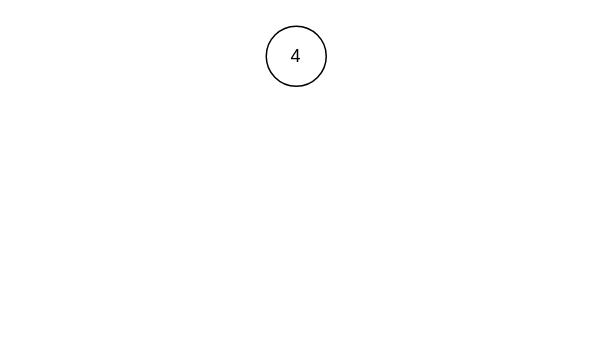
The draw.io diagram Untitled Diagram.drawio in yuanyehome/vis-homework1, before the edit. Source tidied: cells renumbered, new cells numbered last; positions are measured from the earlier drawing's top-left corner, leaving out a move shared by most shapes. Both pictures are drawn from the tidied source at 150%, with x=0, y=0 at pixel (266, 26).
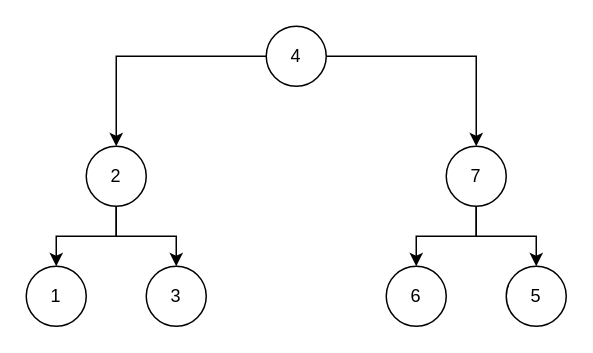
Above is the later version.

What changed in the source:
```diff
@@
 <mxGraphModel>
   <root>
     <mxCell id="0" />
     <mxCell id="1" parent="0" />
+    <mxCell id="3" style="edgeStyle=orthogonalEdgeStyle;rounded=0;jettySize=auto;html=1;entryX=0.5;entryY=0;entryDx=0;entryDy=0;" parent="1" edge="1" source="2" target="7">
+      <mxGeometry relative="1" as="geometry" />
+    </mxCell>
+    <mxCell id="4" style="edgeStyle=orthogonalEdgeStyle;rounded=0;jettySize=auto;html=1;entryX=0.5;entryY=0;entryDx=0;entryDy=0;" parent="1" edge="1" source="2" target="10">
+      <mxGeometry relative="1" as="geometry" />
+    </mxCell>
     <mxCell id="2" value="4" style="ellipse;whiteSpace=wrap;html=1;" parent="1" vertex="1">
       <mxGeometry width="40" height="40" as="geometry" />
     </mxCell>
+    <mxCell id="5" style="edgeStyle=orthogonalEdgeStyle;rounded=0;jettySize=auto;html=1;entryX=0.5;entryY=0;entryDx=0;entryDy=0;" parent="1" edge="1" source="7" target="11">
+      <mxGeometry relative="1" as="geometry" />
+    </mxCell>
+    <mxCell id="6" style="edgeStyle=orthogonalEdgeStyle;rounded=0;jettySize=auto;html=1;entryX=0.5;entryY=0;entryDx=0;entryDy=0;" parent="1" edge="1" source="7" target="12">
+      <mxGeometry relative="1" as="geometry" />
+    </mxCell>
+    <mxCell id="7" value="2" style="ellipse;whiteSpace=wrap;html=1;" parent="1" vertex="1">
+      <mxGeometry x="-120" y="80" width="40" height="40" as="geometry" />
+    </mxCell>
+    <mxCell id="8" style="edgeStyle=orthogonalEdgeStyle;rounded=0;jettySize=auto;html=1;entryX=0.5;entryY=0;entryDx=0;entryDy=0;" parent="1" edge="1" source="10" target="13">
+      <mxGeometry relative="1" as="geometry" />
+    </mxCell>
+    <mxCell id="9" style="edgeStyle=orthogonalEdgeStyle;rounded=0;jettySize=auto;html=1;entryX=0.5;entryY=0;entryDx=0;entryDy=0;" parent="1" edge="1" source="10" target="14">
+      <mxGeometry relative="1" as="geometry" />
+    </mxCell>
+    <mxCell id="10" value="7" style="ellipse;whiteSpace=wrap;html=1;" parent="1" vertex="1">
+      <mxGeometry x="120" y="80" width="40" height="40" as="geometry" />
+    </mxCell>
+    <mxCell id="11" value="1" style="ellipse;whiteSpace=wrap;html=1;" parent="1" vertex="1">
+      <mxGeometry x="-160" y="160" width="40" height="40" as="geometry" />
+    </mxCell>
+    <mxCell id="12" value="3" style="ellipse;whiteSpace=wrap;html=1;" parent="1" vertex="1">
+      <mxGeometry x="-80" y="160" width="40" height="40" as="geometry" />
+    </mxCell>
+    <mxCell id="13" value="6" style="ellipse;whiteSpace=wrap;html=1;" parent="1" vertex="1">
+      <mxGeometry x="80" y="160" width="40" height="40" as="geometry" />
+    </mxCell>
+    <mxCell id="14" value="5" style="ellipse;whiteSpace=wrap;html=1;" parent="1" vertex="1">
+      <mxGeometry x="160" y="160" width="40" height="40" as="geometry" />
+    </mxCell>
   </root>
 </mxGraphModel>
```
